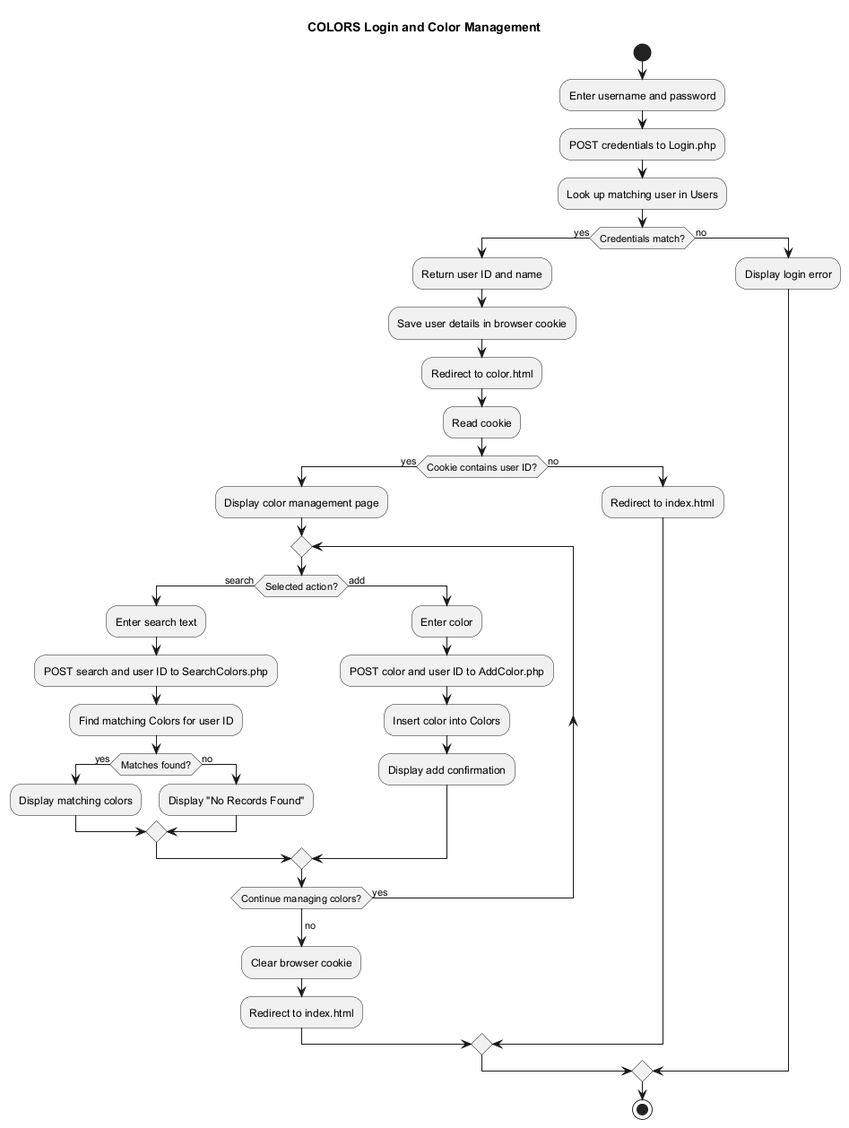
Earlier version of the PlantUML export docs/uml/activity.png (MelindaM4y/POOSD-COLORS-Lab). The source it was exported from:
```plantuml
@startuml
!pragma layout smetana
title COLORS Login and Color Management

start
:Enter username and password;
:POST credentials to Login.php;
:Look up matching user in Users;

if (Credentials match?) then (yes)
  :Return user ID and name;
  :Save user details in browser cookie;
  :Redirect to color.html;
  :Read cookie;
  if (Cookie contains user ID?) then (yes)
    :Display color management page;
    repeat
      if (Selected action?) then (search)
        :Enter search text;
        :POST search and user ID to SearchColors.php;
        :Find matching Colors for user ID;
        if (Matches found?) then (yes)
          :Display matching colors;
        else (no)
          :Display "No Records Found";
        endif
      else (add)
        :Enter color;
        :POST color and user ID to AddColor.php;
        :Insert color into Colors;
        :Display add confirmation;
      endif
    repeat while (Continue managing colors?) is (yes)
    -> no;
    :Clear browser cookie;
    :Redirect to index.html;
  else (no)
    :Redirect to index.html;
  endif
else (no)
  :Display login error;
endif

stop
@enduml
```
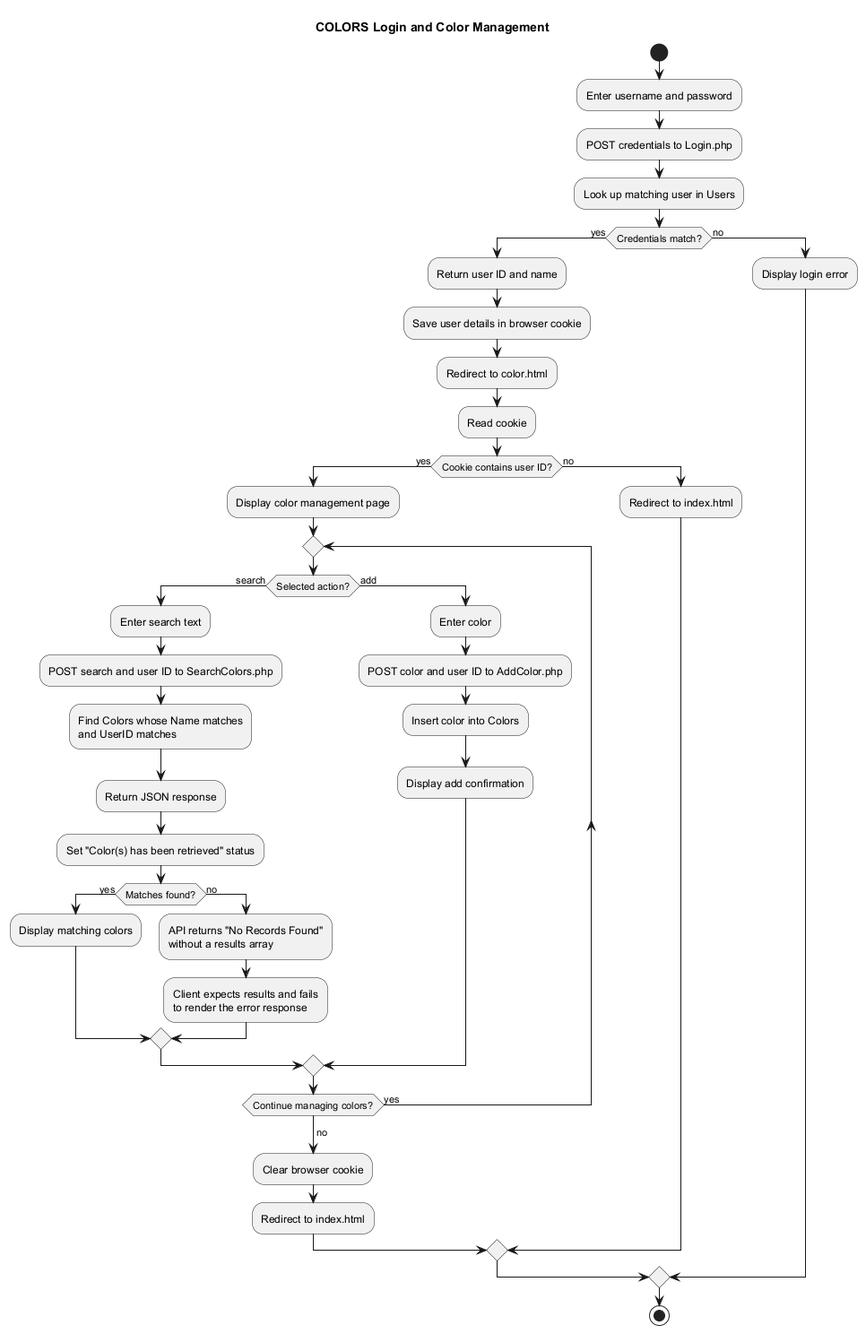
The same diagram one commit later.

Commit message:
Align activity UML diagram with LAMP handout

Change to the diagram source:
```diff
@@ -18,11 +18,14 @@
       if (Selected action?) then (search)
         :Enter search text;
         :POST search and user ID to SearchColors.php;
-        :Find matching Colors for user ID;
+        :Find Colors whose Name matches\nand UserID matches;
+        :Return JSON response;
+        :Set "Color(s) has been retrieved" status;
         if (Matches found?) then (yes)
           :Display matching colors;
         else (no)
-          :Display "No Records Found";
+          :API returns "No Records Found"\nwithout a results array;
+          :Client expects results and fails\nto render the error response;
         endif
       else (add)
         :Enter color;
```
